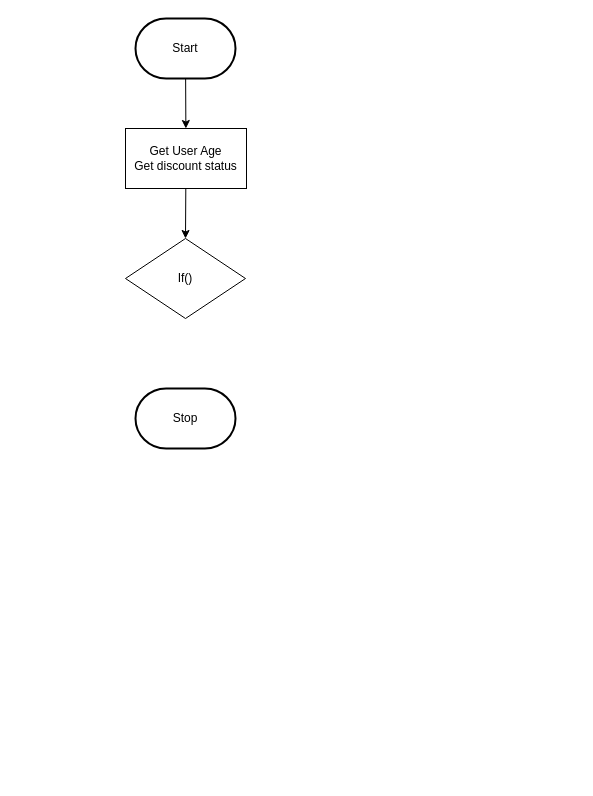
Earlier version of the draw.io diagram design/flowchart.drawio (MTHS-ICD2O-1-2023/ICD2O-Unit-5-04-yoochan-han). Source tidied: cells renumbered, new cells numbered last; positions are measured from the earlier drawing's top-left corner, leaving out a move shared by most shapes. Both pictures are drawn from the tidied source at 100%, with x=0, y=0 at pixel (125, 18).
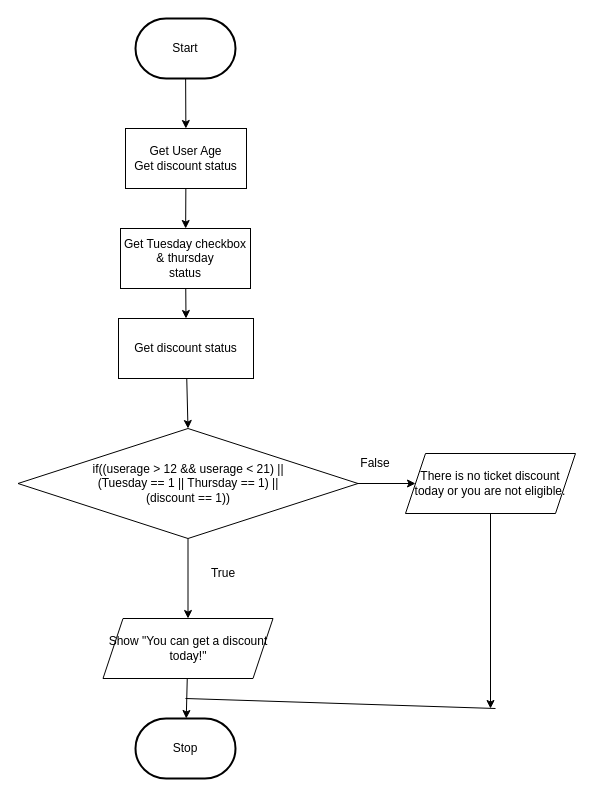
The same page after the edit.

Unchanged cells that the change refers to:
```xml
<mxCell id="6" value="Get User Age&lt;br&gt;Get discount status" style="rounded=0;whiteSpace=wrap;html=1;" parent="1" vertex="1">
  <mxGeometry y="110" width="121" height="60" as="geometry" />
</mxCell>
```

Diff of the diagram source:
```diff
@@
     <mxCell id="4" value="Stop" style="strokeWidth=2;html=1;shape=mxgraph.flowchart.terminator;whiteSpace=wrap;" parent="1" vertex="1">
-      <mxGeometry x="10" y="370" width="100" height="60" as="geometry" />
+      <mxGeometry x="10" y="700" width="100" height="60" as="geometry" />
     </mxCell>
-    <mxCell id="5" style="edgeStyle=none;html=1;entryX=0.5;entryY=0;entryDx=0;entryDy=0;" parent="1" edge="1" source="6" target="7">
-      <mxGeometry relative="1" as="geometry" />
-    </mxCell>
+    <mxCell id="8" style="edgeStyle=none;html=1;" parent="1" edge="1" source="6" target="12">
+      <mxGeometry relative="1" as="geometry" />
+    </mxCell>
@@
+    <mxCell id="9" style="edgeStyle=none;html=1;entryX=0;entryY=0.5;entryDx=0;entryDy=0;" parent="1" edge="1" source="7" target="16">
+      <mxGeometry relative="1" as="geometry" />
+    </mxCell>
+    <mxCell id="10" style="edgeStyle=none;html=1;entryX=0.5;entryY=0;entryDx=0;entryDy=0;" parent="1" edge="1" source="7" target="18">
+      <mxGeometry relative="1" as="geometry" />
+    </mxCell>
-    <mxCell id="7" value="If()" style="rhombus;whiteSpace=wrap;html=1;" parent="1" vertex="1">
-      <mxGeometry y="220" width="120" height="80" as="geometry" />
+    <mxCell id="7" value="if((userage &amp;gt; 12 &amp;amp;&amp;amp; userage &amp;lt; 21) || &lt;br&gt;(Tuesday == 1 || Thursday == 1) || &lt;br&gt;(discount == 1))" style="rhombus;whiteSpace=wrap;html=1;" parent="1" vertex="1">
+      <mxGeometry x="-107.5" y="410" width="340" height="110" as="geometry" />
     </mxCell>
+    <mxCell id="11" style="edgeStyle=none;html=1;entryX=0.5;entryY=0;entryDx=0;entryDy=0;" parent="1" edge="1" source="12" target="14">
+      <mxGeometry relative="1" as="geometry" />
+    </mxCell>
+    <mxCell id="12" value="Get Tuesday checkbox &amp;amp; thursday&lt;br&gt;status" style="rounded=0;whiteSpace=wrap;html=1;" parent="1" vertex="1">
+      <mxGeometry x="-5" y="210" width="130" height="60" as="geometry" />
+    </mxCell>
+    <mxCell id="13" style="edgeStyle=none;html=1;entryX=0.5;entryY=0;entryDx=0;entryDy=0;" parent="1" edge="1" source="14" target="7">
+      <mxGeometry relative="1" as="geometry" />
+    </mxCell>
+    <mxCell id="14" value="Get discount status" style="rounded=0;whiteSpace=wrap;html=1;" parent="1" vertex="1">
+      <mxGeometry x="-7" y="300" width="135" height="60" as="geometry" />
+    </mxCell>
+    <mxCell id="15" style="edgeStyle=none;html=1;" parent="1" edge="1" source="16">
+      <mxGeometry relative="1" as="geometry">
+        <mxPoint x="365" y="690" as="targetPoint" />
+      </mxGeometry>
+    </mxCell>
+    <mxCell id="16" value="There is no ticket discount today or you are not eligible." style="shape=parallelogram;perimeter=parallelogramPerimeter;whiteSpace=wrap;html=1;fixedSize=1;" parent="1" vertex="1">
+      <mxGeometry x="280" y="435" width="170" height="60" as="geometry" />
+    </mxCell>
+    <mxCell id="17" style="edgeStyle=none;html=1;" parent="1" edge="1" source="18" target="4">
+      <mxGeometry relative="1" as="geometry" />
+    </mxCell>
+    <mxCell id="18" value="Show &quot;You can get a discount today!&quot;" style="shape=parallelogram;perimeter=parallelogramPerimeter;whiteSpace=wrap;html=1;fixedSize=1;" parent="1" vertex="1">
+      <mxGeometry x="-22.5" y="600" width="170" height="60" as="geometry" />
+    </mxCell>
+    <mxCell id="19" value="True" style="text;html=1;strokeColor=none;fillColor=none;align=center;verticalAlign=middle;whiteSpace=wrap;rounded=0;" parent="1" vertex="1">
+      <mxGeometry x="68" y="540" width="60" height="30" as="geometry" />
+    </mxCell>
+    <mxCell id="20" value="False" style="text;html=1;strokeColor=none;fillColor=none;align=center;verticalAlign=middle;whiteSpace=wrap;rounded=0;" parent="1" vertex="1">
+      <mxGeometry x="220" y="430" width="60" height="30" as="geometry" />
+    </mxCell>
+    <mxCell id="21" style="endArrow=none;html=1;" parent="1" edge="1">
+      <mxGeometry relative="1" as="geometry">
+        <mxPoint x="60" y="680" as="sourcePoint" />
+        <mxPoint x="370" y="690" as="targetPoint" />
+      </mxGeometry>
+    </mxCell>
```
